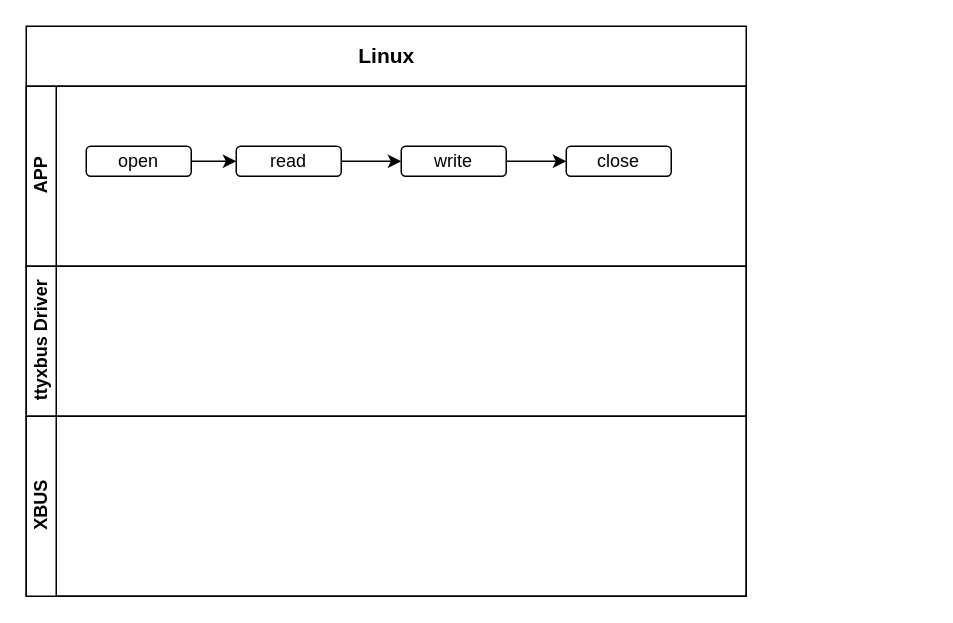
Earlier version of the draw.io diagram xc01.drawio (joliet0l/Diagram). Source tidied: cells renumbered, new cells numbered last; positions are measured from the earlier drawing's top-left corner, leaving out a move shared by most shapes. Both pictures are drawn from the tidied source at 150%, with x=0, y=0 at pixel (26, 26).
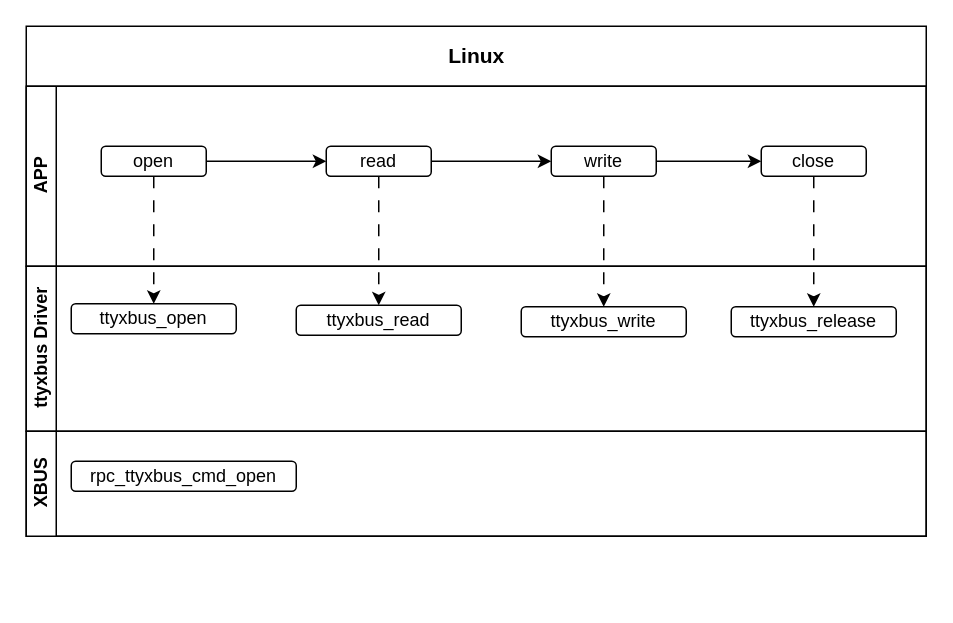
The same page after the edit.

Diff of the diagram source:
```diff
@@
-    <mxCell id="2" value="&lt;font style=&quot;font-size: 14px;&quot;&gt;Linux&lt;/font&gt;" style="swimlane;horizontal=1;startSize=40;html=1;" parent="1" vertex="1">
-      <mxGeometry width="480" height="380" as="geometry" />
+    <mxCell id="2" value="&lt;font style=&quot;font-size: 14px;&quot;&gt;Linux&lt;/font&gt;" style="swimlane;horizontal=1;startSize=40;html=1;swimlaneFillColor=none;" parent="1" vertex="1">
+      <mxGeometry width="600" height="340" as="geometry" />
     </mxCell>
     <mxCell id="3" value="APP" style="swimlane;startSize=20;horizontal=0;html=1;" parent="2" vertex="1">
-      <mxGeometry y="40" width="480" height="120" as="geometry" />
+      <mxGeometry y="40" width="600" height="120" as="geometry" />
     </mxCell>
@@
     <mxCell id="5" value="open" style="rounded=1;whiteSpace=wrap;html=1;" parent="3" vertex="1">
-      <mxGeometry x="40" y="40" width="70" height="20" as="geometry" />
+      <mxGeometry x="50" y="40" width="70" height="20" as="geometry" />
     </mxCell>
@@
     <mxCell id="7" value="read" style="rounded=1;whiteSpace=wrap;html=1;" parent="3" vertex="1">
-      <mxGeometry x="140" y="40" width="70" height="20" as="geometry" />
+      <mxGeometry x="200" y="40" width="70" height="20" as="geometry" />
     </mxCell>
@@
     <mxCell id="9" value="&lt;div&gt;write&lt;/div&gt;" style="rounded=1;whiteSpace=wrap;html=1;" parent="3" vertex="1">
-      <mxGeometry x="250" y="40" width="70" height="20" as="geometry" />
+      <mxGeometry x="350" y="40" width="70" height="20" as="geometry" />
     </mxCell>
     <mxCell id="10" value="close" style="rounded=1;whiteSpace=wrap;html=1;" parent="3" vertex="1">
-      <mxGeometry x="360" y="40" width="70" height="20" as="geometry" />
+      <mxGeometry x="490" y="40" width="70" height="20" as="geometry" />
     </mxCell>
     <mxCell id="11" value="ttyxbus Driver" style="swimlane;startSize=20;horizontal=0;html=1;" parent="2" vertex="1">
-      <mxGeometry y="160" width="480" height="100" as="geometry" />
+      <mxGeometry y="160" width="600" height="110" as="geometry" />
     </mxCell>
+    <mxCell id="13" value="ttyxbus_open" style="rounded=1;whiteSpace=wrap;html=1;" parent="11" vertex="1">
+      <mxGeometry x="30" y="25" width="110" height="20" as="geometry" />
+    </mxCell>
+    <mxCell id="14" value="ttyxbus_read" style="rounded=1;whiteSpace=wrap;html=1;" parent="11" vertex="1">
+      <mxGeometry x="180" y="26" width="110" height="20" as="geometry" />
+    </mxCell>
+    <mxCell id="15" value="ttyxbus_write" style="rounded=1;whiteSpace=wrap;html=1;" parent="11" vertex="1">
+      <mxGeometry x="330" y="27" width="110" height="20" as="geometry" />
+    </mxCell>
+    <mxCell id="16" value="ttyxbus_release" style="rounded=1;whiteSpace=wrap;html=1;" parent="11" vertex="1">
+      <mxGeometry x="470" y="27" width="110" height="20" as="geometry" />
+    </mxCell>
     <mxCell id="12" value="XBUS" style="swimlane;startSize=20;horizontal=0;html=1;" parent="2" vertex="1">
-      <mxGeometry y="260" width="480" height="120" as="geometry" />
+      <mxGeometry y="270" width="600" height="70" as="geometry" />
     </mxCell>
+    <mxCell id="17" value="rpc_ttyxbus_cmd_open" style="rounded=1;whiteSpace=wrap;html=1;" parent="12" vertex="1">
+      <mxGeometry x="30" y="20" width="150" height="20" as="geometry" />
+    </mxCell>
+    <mxCell id="18" style="edgeStyle=orthogonalEdgeStyle;rounded=0;jettySize=auto;html=1;dashed=1;dashPattern=8 8;" parent="2" edge="1" source="5" target="13">
+      <mxGeometry relative="1" as="geometry" />
+    </mxCell>
+    <mxCell id="19" style="edgeStyle=orthogonalEdgeStyle;rounded=0;jettySize=auto;html=1;dashed=1;dashPattern=8 8;" parent="2" edge="1" source="7" target="14">
+      <mxGeometry relative="1" as="geometry" />
+    </mxCell>
+    <mxCell id="20" style="edgeStyle=orthogonalEdgeStyle;rounded=0;jettySize=auto;html=1;dashed=1;dashPattern=8 8;" parent="2" edge="1" source="9" target="15">
+      <mxGeometry relative="1" as="geometry" />
+    </mxCell>
+    <mxCell id="21" style="edgeStyle=orthogonalEdgeStyle;rounded=0;jettySize=auto;html=1;dashed=1;dashPattern=8 8;" parent="2" edge="1" source="10" target="16">
+      <mxGeometry relative="1" as="geometry" />
+    </mxCell>
```
